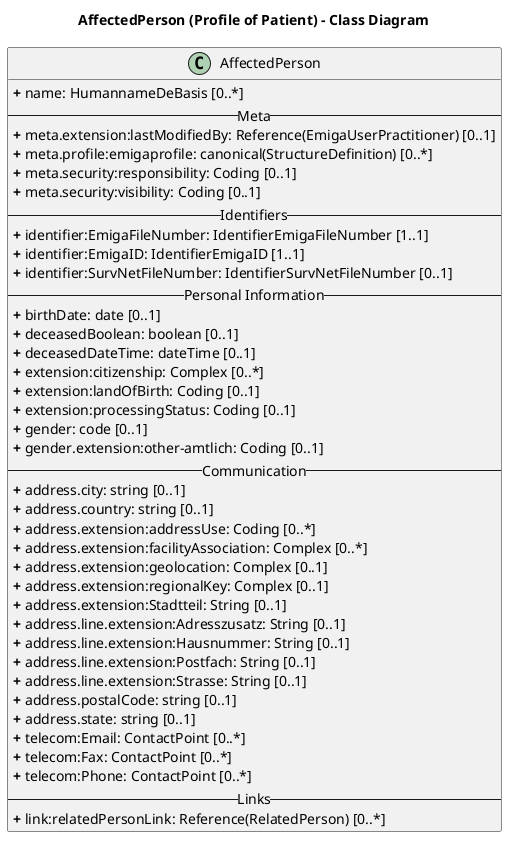
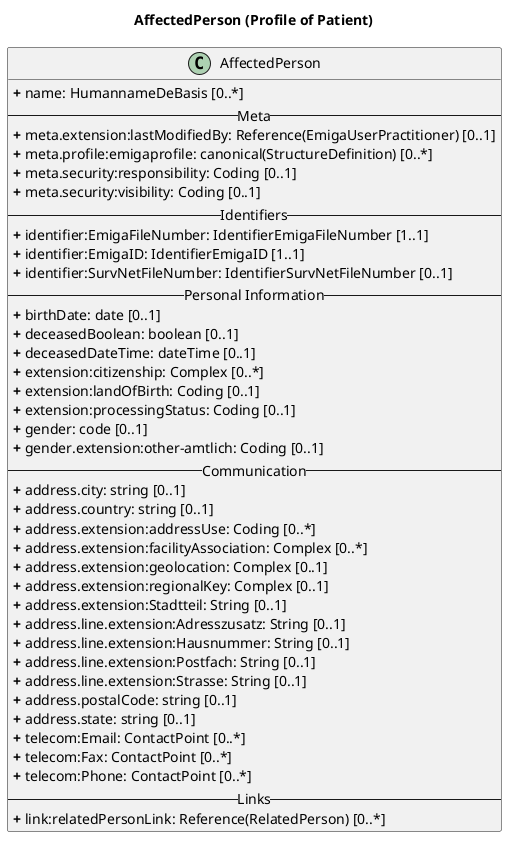
@startuml
skinparam linetype ortho

- title AffectedPerson (Profile of Patient) - Class Diagram
+ title AffectedPerson (Profile of Patient)

' Main Class
class AffectedPerson{
<b>+</b> name: HumannameDeBasis [0..*]
-- Meta --
<b>+</b> meta.extension:lastModifiedBy: Reference(EmigaUserPractitioner) [0..1]
<b>+</b> meta.profile:emigaprofile: canonical(StructureDefinition) [0..*]
<b>+</b> meta.security:responsibility: Coding [0..1]
<b>+</b> meta.security:visibility: Coding [0..1]
-- Identifiers --
<b>+</b> identifier:EmigaFileNumber: IdentifierEmigaFileNumber [1..1]
<b>+</b> identifier:EmigaID: IdentifierEmigaID [1..1]
<b>+</b> identifier:SurvNetFileNumber: IdentifierSurvNetFileNumber [0..1]
-- Personal Information --
<b>+</b> birthDate: date [0..1]
<b>+</b> deceasedBoolean: boolean [0..1]
<b>+</b> deceasedDateTime: dateTime [0..1]
<b>+</b> extension:citizenship: Complex [0..*]
<b>+</b> extension:landOfBirth: Coding [0..1]
<b>+</b> extension:processingStatus: Coding [0..1]
<b>+</b> gender: code [0..1]
<b>+</b> gender.extension:other-amtlich: Coding [0..1]
-- Communication --
<b>+</b> address.city: string [0..1]
<b>+</b> address.country: string [0..1]
<b>+</b> address.extension:addressUse: Coding [0..*]
<b>+</b> address.extension:facilityAssociation: Complex [0..*]
<b>+</b> address.extension:geolocation: Complex [0..1]
<b>+</b> address.extension:regionalKey: Complex [0..1]
<b>+</b> address.extension:Stadtteil: String [0..1]
<b>+</b> address.line.extension:Adresszusatz: String [0..1]
<b>+</b> address.line.extension:Hausnummer: String [0..1]
<b>+</b> address.line.extension:Postfach: String [0..1]
<b>+</b> address.line.extension:Strasse: String [0..1]
<b>+</b> address.postalCode: string [0..1]
<b>+</b> address.state: string [0..1]
<b>+</b> telecom:Email: ContactPoint [0..*]
<b>+</b> telecom:Fax: ContactPoint [0..*]
<b>+</b> telecom:Phone: ContactPoint [0..*]
-- Links --
<b>+</b> link:relatedPersonLink: Reference(RelatedPerson) [0..*]
}

@enduml